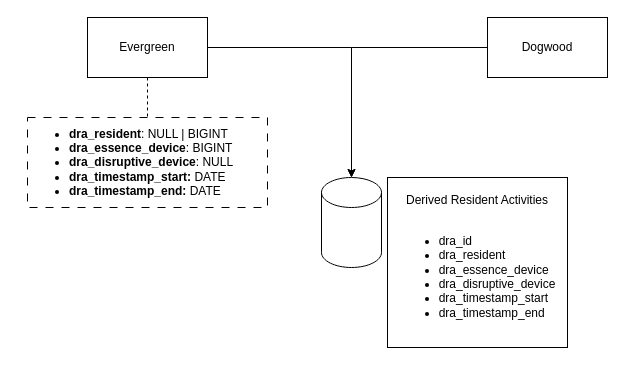
bkealy-halocare/drawio-diagrams keeps this draw.io diagram as derived_resident_activities_population.drawio. Above is the earlier version. Source tidied: cells renumbered, new cells numbered last; positions are measured from the earlier drawing's top-left corner, leaving out a move shared by most shapes. Both pictures are drawn from the tidied source at 100%, with x=0, y=0 at pixel (27, 17).
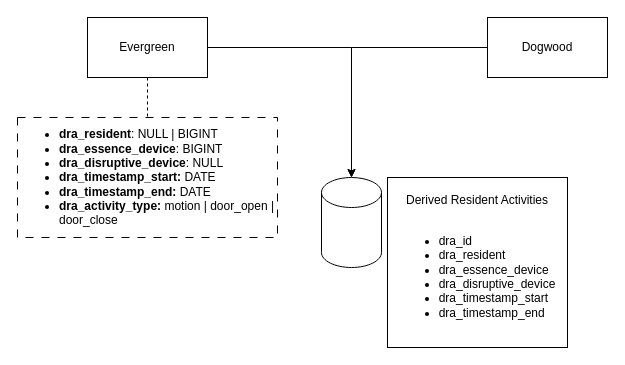
The same page after the edit.

What changed in the source:
```diff
@@
 <mxGraphModel>
   <root>
     <mxCell id="0" />
     <mxCell id="1" parent="0" />
     <mxCell id="2" style="shape=cylinder3;whiteSpace=wrap;html=1;boundedLbl=1;backgroundOutline=1;size=15;" parent="1" vertex="1">
       <mxGeometry x="294" y="160" width="60" height="90" as="geometry" />
     </mxCell>
     <mxCell id="3" value="Derived Resident Activities&lt;div&gt;&lt;br&gt;&lt;/div&gt;&lt;div style=&quot;text-align: left;&quot;&gt;&lt;ul&gt;&lt;li&gt;dra_id&lt;/li&gt;&lt;li&gt;dra_resident&lt;/li&gt;&lt;li&gt;dra_essence_device&lt;/li&gt;&lt;li&gt;dra_disruptive_device&lt;/li&gt;&lt;li&gt;dra_timestamp_start&lt;/li&gt;&lt;li&gt;dra_timestamp_end&lt;/li&gt;&lt;/ul&gt;&lt;/div&gt;" style="text;html=1;align=center;verticalAlign=middle;whiteSpace=wrap;rounded=0;strokeColor=default;" parent="1" vertex="1">
       <mxGeometry x="360" y="160" width="180" height="170" as="geometry" />
     </mxCell>
     <mxCell id="4" style="edgeStyle=orthogonalEdgeStyle;rounded=0;jettySize=auto;html=1;entryX=0.5;entryY=0;entryDx=0;entryDy=0;dashed=1;endArrow=none;startFill=0;" parent="1" edge="1" source="5" target="9">
       <mxGeometry relative="1" as="geometry" />
     </mxCell>
     <mxCell id="5" value="Evergreen" style="rounded=0;whiteSpace=wrap;html=1;" parent="1" vertex="1">
       <mxGeometry x="60" width="120" height="60" as="geometry" />
     </mxCell>
     <mxCell id="6" style="edgeStyle=orthogonalEdgeStyle;rounded=0;jettySize=auto;html=1;entryX=0.5;entryY=0;entryDx=0;entryDy=0;entryPerimeter=0;" parent="1" edge="1" source="5" target="2">
       <mxGeometry relative="1" as="geometry" />
     </mxCell>
     <mxCell id="7" style="edgeStyle=orthogonalEdgeStyle;rounded=0;jettySize=auto;html=1;" parent="1" edge="1" source="8" target="2">
       <mxGeometry relative="1" as="geometry" />
     </mxCell>
     <mxCell id="8" value="Dogwood" style="rounded=0;whiteSpace=wrap;html=1;" parent="1" vertex="1">
       <mxGeometry x="460" width="120" height="60" as="geometry" />
     </mxCell>
-    <mxCell id="9" value="&lt;ul&gt;&lt;li&gt;&lt;b&gt;dra_resident&lt;/b&gt;: NULL | BIGINT&lt;/li&gt;&lt;li&gt;&lt;b&gt;dra_essence_device&lt;/b&gt;: BIGINT&lt;/li&gt;&lt;li&gt;&lt;b&gt;dra_disruptive_device&lt;/b&gt;: NULL&lt;/li&gt;&lt;li&gt;&lt;b&gt;dra_timestamp_start: &lt;/b&gt;DATE&lt;/li&gt;&lt;li&gt;&lt;b&gt;dra_timestamp_end: &lt;/b&gt;DATE&lt;/li&gt;&lt;/ul&gt;" style="text;html=1;align=left;verticalAlign=middle;whiteSpace=wrap;rounded=0;strokeColor=default;dashed=1;dashPattern=8 8;" parent="1" vertex="1">
-      <mxGeometry y="100" width="240" height="90" as="geometry" />
+    <mxCell id="9" value="&lt;ul&gt;&lt;li&gt;&lt;b&gt;dra_resident&lt;/b&gt;: NULL | BIGINT&lt;/li&gt;&lt;li&gt;&lt;b&gt;dra_essence_device&lt;/b&gt;: BIGINT&lt;/li&gt;&lt;li&gt;&lt;b&gt;dra_disruptive_device&lt;/b&gt;: NULL&lt;/li&gt;&lt;li&gt;&lt;b&gt;dra_timestamp_start: &lt;/b&gt;DATE&lt;/li&gt;&lt;li&gt;&lt;b&gt;dra_timestamp_end: &lt;/b&gt;DATE&lt;/li&gt;&lt;li&gt;&lt;b&gt;dra_activity_type: &lt;/b&gt;motion | door_open | door_close&lt;/li&gt;&lt;/ul&gt;" style="text;html=1;align=left;verticalAlign=middle;whiteSpace=wrap;rounded=0;strokeColor=default;dashed=1;dashPattern=8 8;" parent="1" vertex="1">
+      <mxGeometry x="-10" y="100" width="260" height="120" as="geometry" />
     </mxCell>
   </root>
 </mxGraphModel>
```
